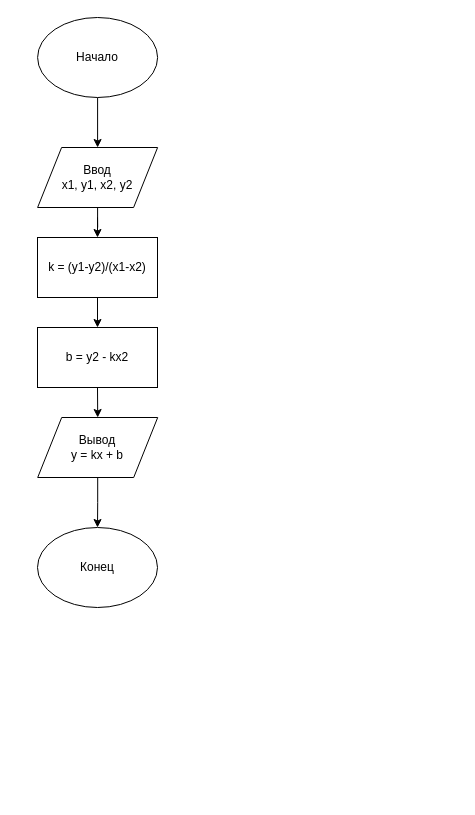
Before: page "les_1_task2" (2 of 5) of Lesson2.drawio in Domasniy/Draw, a draw.io diagram. Source tidied: cells renumbered, new cells numbered last; positions are measured from the earlier drawing's top-left corner, leaving out a move shared by most shapes. Both pictures are drawn from the tidied source at 100%, with x=0, y=0 at pixel (37, 17).
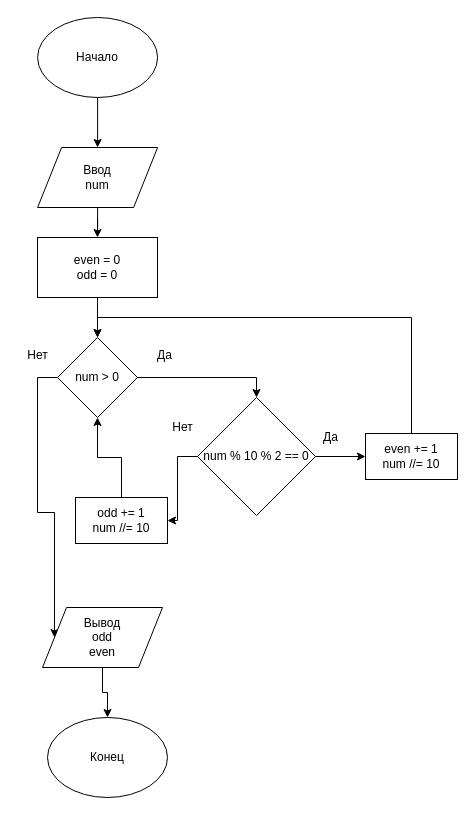
Above is the later version.

What changed in the source:
```diff
@@
-    <mxCell id="5" value="&lt;div&gt;Ввод&lt;/div&gt;x1, y1, x2, y2" style="shape=parallelogram;perimeter=parallelogramPerimeter;whiteSpace=wrap;html=1;" parent="1" vertex="1">
+    <mxCell id="5" value="&lt;div&gt;Ввод&lt;/div&gt;num" style="shape=parallelogram;perimeter=parallelogramPerimeter;whiteSpace=wrap;html=1;" parent="1" vertex="1">
       <mxGeometry x="0.1" y="130" width="120" height="60" as="geometry" />
     </mxCell>
-    <mxCell id="6" style="edgeStyle=orthogonalEdgeStyle;rounded=0;jettySize=auto;html=1;entryX=0.5;entryY=0;entryDx=0;entryDy=0;" parent="1" edge="1" source="7" target="12">
-      <mxGeometry relative="1" as="geometry" />
-    </mxCell>
-    <mxCell id="7" value="&lt;div&gt;Вывод&lt;/div&gt;&lt;div&gt;y = kx + b&lt;br&gt;&lt;/div&gt;" style="shape=parallelogram;perimeter=parallelogramPerimeter;whiteSpace=wrap;html=1;" parent="1" vertex="1">
-      <mxGeometry x="0.2" y="400" width="120" height="60" as="geometry" />
-    </mxCell>
-    <mxCell id="8" style="edgeStyle=orthogonalEdgeStyle;rounded=0;jettySize=auto;html=1;exitX=0.5;exitY=1;exitDx=0;exitDy=0;entryX=0.5;entryY=0;entryDx=0;entryDy=0;" parent="1" edge="1" source="9" target="11">
-      <mxGeometry relative="1" as="geometry" />
-    </mxCell>
+    <mxCell id="13" style="edgeStyle=orthogonalEdgeStyle;rounded=0;jettySize=auto;html=1;exitX=0.5;exitY=1;exitDx=0;exitDy=0;entryX=0.5;entryY=0;entryDx=0;entryDy=0;" parent="1" edge="1" source="9" target="16">
+      <mxGeometry relative="1" as="geometry" />
+    </mxCell>
-    <mxCell id="9" value="k = (y1-y2)/(x1-x2)" style="rounded=0;whiteSpace=wrap;html=1;" parent="1" vertex="1">
+    <mxCell id="9" value="&lt;div&gt;even = 0&lt;/div&gt;&lt;div&gt;odd = 0&lt;br&gt;&lt;/div&gt;" style="rounded=0;whiteSpace=wrap;html=1;" parent="1" vertex="1">
       <mxGeometry y="220" width="120" height="60" as="geometry" />
     </mxCell>
-    <mxCell id="10" style="edgeStyle=orthogonalEdgeStyle;rounded=0;jettySize=auto;html=1;exitX=0.5;exitY=1;exitDx=0;exitDy=0;entryX=0.5;entryY=0;entryDx=0;entryDy=0;" parent="1" edge="1" source="11" target="7">
-      <mxGeometry relative="1" as="geometry" />
-    </mxCell>
-    <mxCell id="11" value="b = y2 - kx2" style="rounded=0;whiteSpace=wrap;html=1;" parent="1" vertex="1">
-      <mxGeometry y="310" width="120" height="60" as="geometry" />
-    </mxCell>
     <mxCell id="12" value="Конец" style="ellipse;whiteSpace=wrap;html=1;" parent="1" vertex="1">
-      <mxGeometry y="510" width="120" height="80" as="geometry" />
+      <mxGeometry x="10" y="700" width="120" height="80" as="geometry" />
     </mxCell>
+    <mxCell id="14" style="edgeStyle=orthogonalEdgeStyle;rounded=0;jettySize=auto;html=1;exitX=1;exitY=0.5;exitDx=0;exitDy=0;entryX=0.5;entryY=0;entryDx=0;entryDy=0;" parent="1" edge="1" source="16" target="19">
+      <mxGeometry relative="1" as="geometry" />
+    </mxCell>
+    <mxCell id="15" style="edgeStyle=orthogonalEdgeStyle;rounded=0;jettySize=auto;html=1;exitX=0;exitY=0.5;exitDx=0;exitDy=0;entryX=0;entryY=0.5;entryDx=0;entryDy=0;" parent="1" edge="1" source="16" target="28">
+      <mxGeometry relative="1" as="geometry" />
+    </mxCell>
+    <mxCell id="16" value="num &amp;gt; 0" style="rhombus;whiteSpace=wrap;html=1;" parent="1" vertex="1">
+      <mxGeometry x="20" y="320" width="80" height="80" as="geometry" />
+    </mxCell>
+    <mxCell id="17" style="edgeStyle=orthogonalEdgeStyle;rounded=0;jettySize=auto;html=1;exitX=1;exitY=0.5;exitDx=0;exitDy=0;entryX=0;entryY=0.5;entryDx=0;entryDy=0;" parent="1" edge="1" source="19" target="22">
+      <mxGeometry relative="1" as="geometry" />
+    </mxCell>
+    <mxCell id="18" style="edgeStyle=orthogonalEdgeStyle;rounded=0;jettySize=auto;html=1;exitX=0;exitY=0.5;exitDx=0;exitDy=0;entryX=1;entryY=0.5;entryDx=0;entryDy=0;" parent="1" edge="1" source="19" target="24">
+      <mxGeometry relative="1" as="geometry" />
+    </mxCell>
+    <mxCell id="19" value="num % 10 % 2 == 0" style="rhombus;whiteSpace=wrap;html=1;" parent="1" vertex="1">
+      <mxGeometry x="160" y="380" width="118" height="118" as="geometry" />
+    </mxCell>
+    <mxCell id="20" value="Да" style="text;html=1;align=center;verticalAlign=middle;" parent="1" vertex="1">
+      <mxGeometry x="112" y="328" width="30" height="20" as="geometry" />
+    </mxCell>
+    <mxCell id="21" style="edgeStyle=orthogonalEdgeStyle;rounded=0;jettySize=auto;html=1;exitX=0.5;exitY=0;exitDx=0;exitDy=0;entryX=0.5;entryY=0;entryDx=0;entryDy=0;" parent="1" edge="1" source="22" target="16">
+      <mxGeometry relative="1" as="geometry" />
+    </mxCell>
+    <mxCell id="22" value="&lt;div&gt;even += 1&lt;/div&gt;&lt;div&gt;num //= 10&lt;br&gt;&lt;/div&gt;" style="rounded=0;whiteSpace=wrap;html=1;" parent="1" vertex="1">
+      <mxGeometry x="328" y="416" width="92" height="46" as="geometry" />
+    </mxCell>
+    <mxCell id="23" style="edgeStyle=orthogonalEdgeStyle;rounded=0;jettySize=auto;html=1;exitX=0.5;exitY=0;exitDx=0;exitDy=0;entryX=0.5;entryY=1;entryDx=0;entryDy=0;" parent="1" edge="1" source="24" target="16">
+      <mxGeometry relative="1" as="geometry" />
+    </mxCell>
+    <mxCell id="24" value="&lt;div&gt;odd += 1&lt;/div&gt;&lt;div&gt;num //= 10&lt;br&gt;&lt;/div&gt;" style="rounded=0;whiteSpace=wrap;html=1;" parent="1" vertex="1">
+      <mxGeometry x="38" y="480" width="92" height="46" as="geometry" />
+    </mxCell>
+    <mxCell id="25" value="Да" style="text;html=1;align=center;verticalAlign=middle;" parent="1" vertex="1">
+      <mxGeometry x="278" y="410" width="30" height="20" as="geometry" />
+    </mxCell>
+    <mxCell id="26" value="Нет" style="text;html=1;align=center;verticalAlign=middle;" parent="1" vertex="1">
+      <mxGeometry x="125" y="400" width="40" height="20" as="geometry" />
+    </mxCell>
+    <mxCell id="27" style="edgeStyle=orthogonalEdgeStyle;rounded=0;jettySize=auto;html=1;exitX=0.5;exitY=1;exitDx=0;exitDy=0;entryX=0.5;entryY=0;entryDx=0;entryDy=0;" parent="1" edge="1" source="28" target="12">
+      <mxGeometry relative="1" as="geometry" />
+    </mxCell>
+    <mxCell id="28" value="&lt;div&gt;Вывод&lt;/div&gt;&lt;div&gt;odd&lt;/div&gt;&lt;div&gt;even&lt;br&gt;&lt;/div&gt;" style="shape=parallelogram;perimeter=parallelogramPerimeter;whiteSpace=wrap;html=1;" parent="1" vertex="1">
+      <mxGeometry x="5" y="590" width="120" height="60" as="geometry" />
+    </mxCell>
+    <mxCell id="29" value="Нет" style="text;html=1;align=center;verticalAlign=middle;" parent="1" vertex="1">
+      <mxGeometry x="-20" y="328" width="40" height="20" as="geometry" />
+    </mxCell>
```
